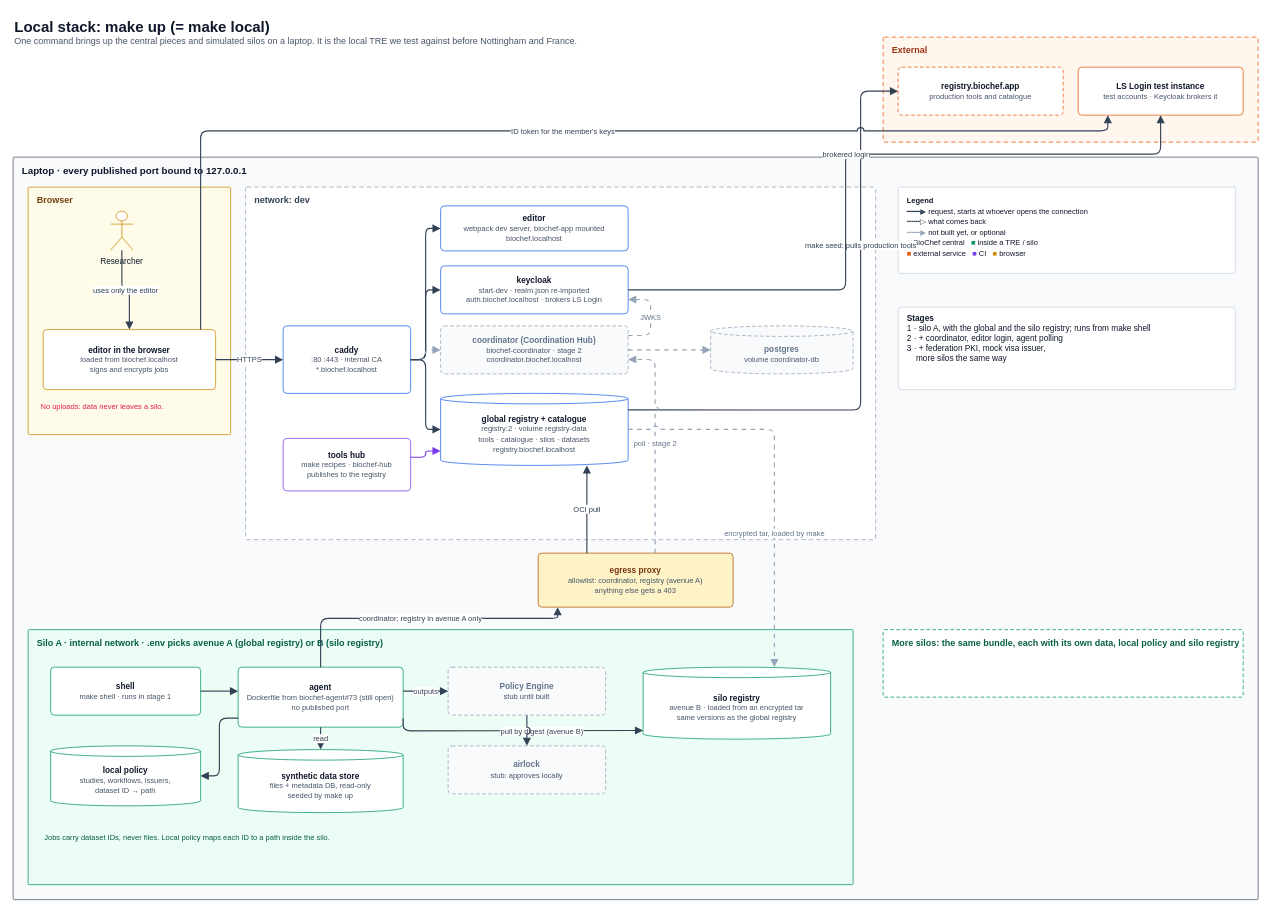
Earlier version of the draw.io diagram docs/diagrams/02-local-stack.drawio (ieeta-pt/biochef-infra). Source tidied: cells renumbered, new cells numbered last; positions are measured from the earlier drawing's top-left corner, leaving out a move shared by most shapes. Both pictures are drawn from the tidied source at 75%, with x=0, y=0 at pixel (13, 13).
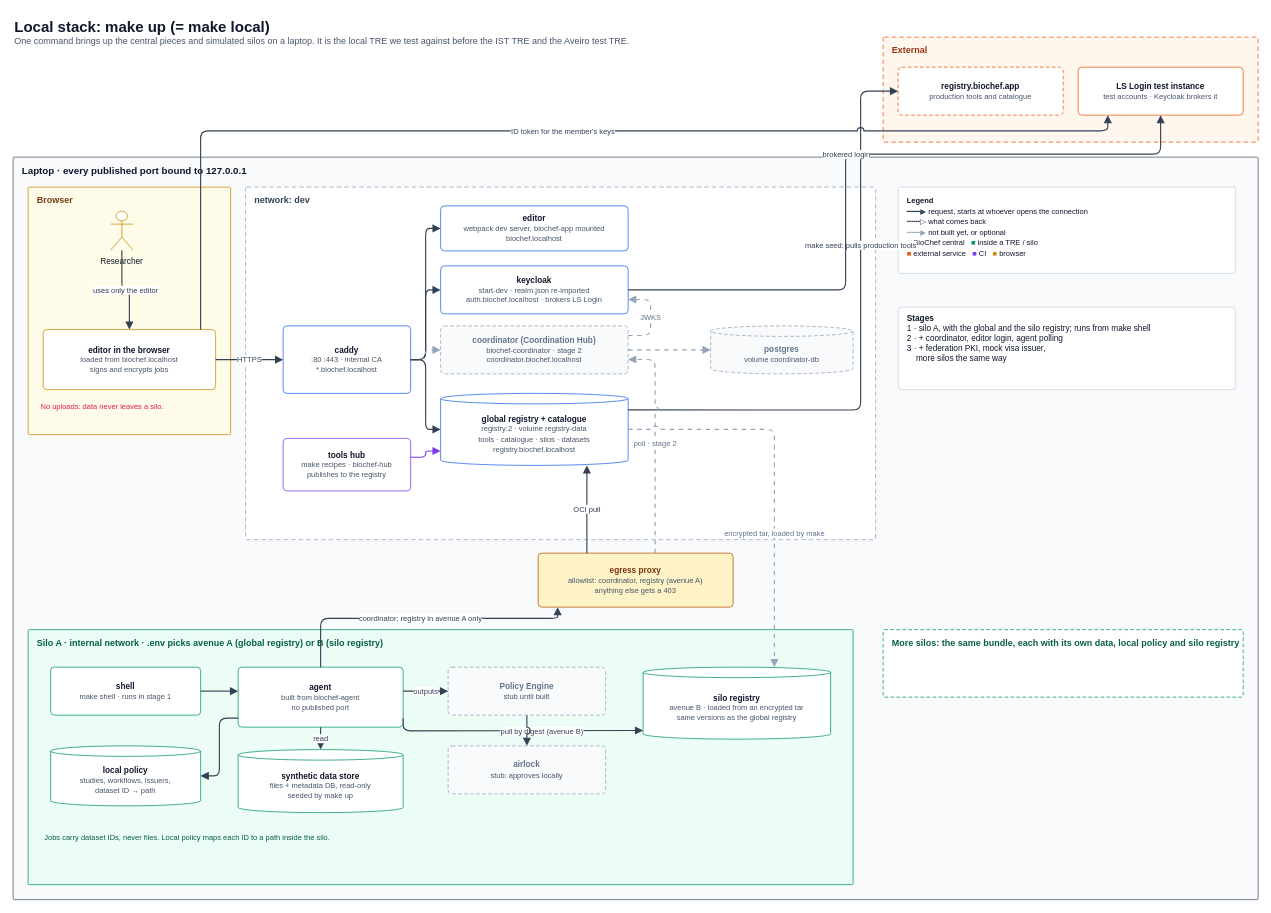
The same page after the edit.

Commit message (it also covers changes not shown here):
enhance identity documentation and agent functionality

The change refers to these unchanged cells:
```xml
<mxCell id="20" value="Silo A · internal network · .env picks avenue A (global registry) or B (silo registry)" style="rounded=1;arcSize=3;absoluteArcSize=1;html=1;whiteSpace=wrap;verticalAlign=top;align=left;spacingLeft=10;spacingTop=4;fontSize=12;fontStyle=1;fillColor=#ecfdf5;strokeColor=#059669;fontColor=#065f46;" parent="6" vertex="1">
  <mxGeometry x="20" y="630" width="1100" height="340" as="geometry" />
</mxCell>
```

The edit, as a diff of the source:
```diff
@@
-    <mxCell id="2" value="&lt;b style='font-size:20px'&gt;Local stack: make up (= make local)&lt;/b&gt;&lt;br&gt;&lt;font color='#475569'&gt;One command brings up the central pieces and simulated silos on a laptop. It is the local TRE we test against before Nottingham and France.&lt;/font&gt;" style="text;html=1;whiteSpace=wrap;fontSize=12;align=left;verticalAlign=top;fontColor=#0f172a;spacing=2;" parent="1" vertex="1">
+    <mxCell id="2" value="&lt;b style='font-size:20px'&gt;Local stack: make up (= make local)&lt;/b&gt;&lt;br&gt;&lt;font color='#475569'&gt;One command brings up the central pieces and simulated silos on a laptop. It is the local TRE we test against before the IST TRE and the Aveiro test TRE.&lt;/font&gt;" style="text;html=1;whiteSpace=wrap;fontSize=12;align=left;verticalAlign=top;fontColor=#0f172a;spacing=2;" parent="1" vertex="1">
       <mxGeometry width="1100" height="48" as="geometry" />
     </mxCell>
@@
-    <mxCell id="22" value="&lt;b&gt;agent&lt;/b&gt;&lt;br&gt;&lt;font style=&quot;font-size:10px&quot; color=&quot;#475569&quot;&gt;Dockerfile from biochef-agent#73 (still open)&lt;/font&gt;&lt;br&gt;&lt;font style=&quot;font-size:10px&quot; color=&quot;#475569&quot;&gt;no published port&lt;/font&gt;" style="html=1;whiteSpace=wrap;fontSize=11;fillColor=#ffffff;strokeColor=#059669;fontColor=#0f172a;align=center;verticalAlign=middle;spacing=4;rounded=1;arcSize=10;absoluteArcSize=1;" parent="20" vertex="1">
+    <mxCell id="22" value="&lt;b&gt;agent&lt;/b&gt;&lt;br&gt;&lt;font style=&quot;font-size:10px&quot; color=&quot;#475569&quot;&gt;built from biochef-agent&lt;/font&gt;&lt;br&gt;&lt;font style=&quot;font-size:10px&quot; color=&quot;#475569&quot;&gt;no published port&lt;/font&gt;" style="html=1;whiteSpace=wrap;fontSize=11;fillColor=#ffffff;strokeColor=#059669;fontColor=#0f172a;align=center;verticalAlign=middle;spacing=4;rounded=1;arcSize=10;absoluteArcSize=1;" parent="20" vertex="1">
       <mxGeometry x="280" y="50" width="220" height="80" as="geometry" />
     </mxCell>
```
